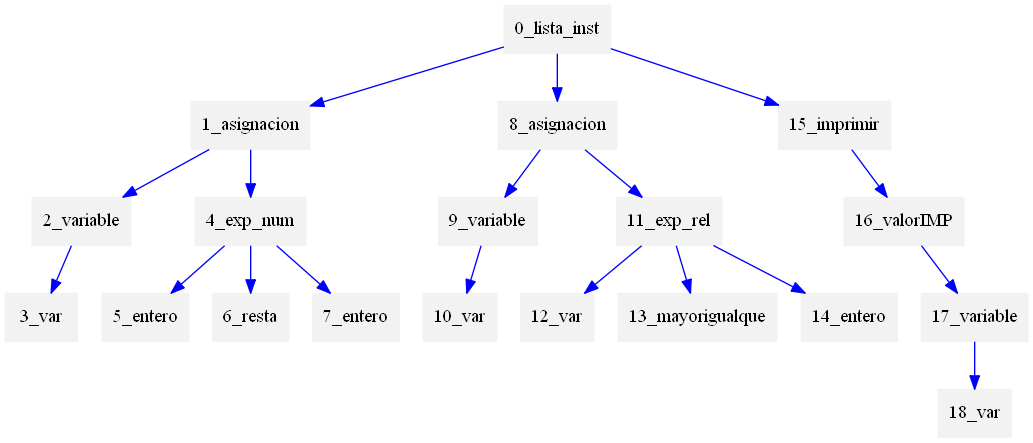
Gary-Joan/Proyecto1_Compi2 keeps this Graphviz diagram as AST_asc.dot.png. Above is the earlier version. Its source is kept beside it as ASt_asc.dot. The source it was exported from:
```dot
digraph G {node[shape=box, style=filled, color=Gray95]; edge[color=blue];rankdir=UD


"0_lista_inst"->"1_asignacion"
"1_asignacion"->"2_variable"
"2_variable"->"3_var"


"1_asignacion"->"4_exp_num"
"4_exp_num"->"5_entero"

"4_exp_num"->"6_resta"

"4_exp_num"->"7_entero"



"0_lista_inst"->"8_asignacion"
"8_asignacion"->"9_variable"
"9_variable"->"10_var"


"8_asignacion"->"11_exp_rel"
"11_exp_rel"->"12_var"

"11_exp_rel"->"13_mayorigualque"

"11_exp_rel"->"14_entero"



"0_lista_inst"->"15_imprimir"
"15_imprimir"->"16_valorIMP"
"16_valorIMP"->"17_variable"
"17_variable"->"18_var"





}
```
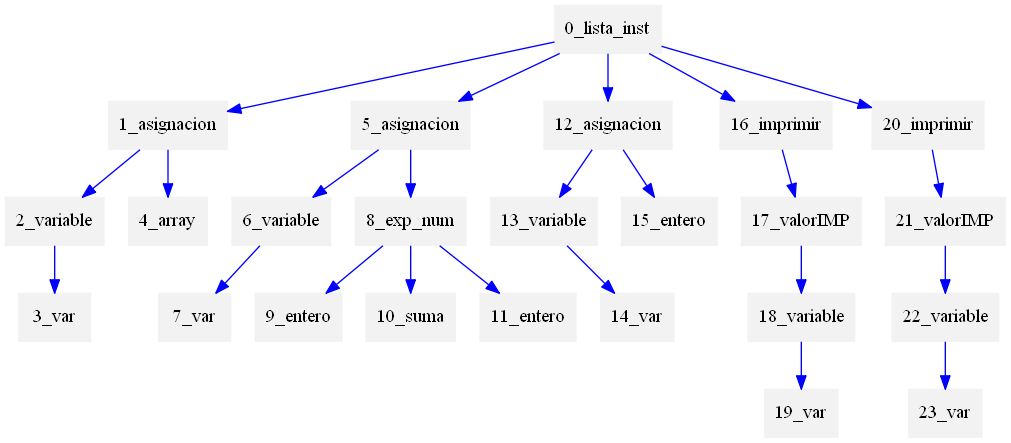
Later version of the same file.

Diff of the diagram source:
```diff
@@ -6,33 +6,43 @@
 "2_variable"->"3_var"
 
 
-"1_asignacion"->"4_exp_num"
-"4_exp_num"->"5_entero"
+"1_asignacion"->"4_array"
 
-"4_exp_num"->"6_resta"
 
-"4_exp_num"->"7_entero"
+"0_lista_inst"->"5_asignacion"
+"5_asignacion"->"6_variable"
+"6_variable"->"7_var"
+
+
+"5_asignacion"->"8_exp_num"
+"8_exp_num"->"9_entero"
+
+"8_exp_num"->"10_suma"
+
+"8_exp_num"->"11_entero"
 
 
 
-"0_lista_inst"->"8_asignacion"
-"8_asignacion"->"9_variable"
-"9_variable"->"10_var"
+"0_lista_inst"->"12_asignacion"
+"12_asignacion"->"13_variable"
+"13_variable"->"14_var"
 
 
-"8_asignacion"->"11_exp_rel"
-"11_exp_rel"->"12_var"
+"12_asignacion"->"15_entero"
 
-"11_exp_rel"->"13_mayorigualque"
 
-"11_exp_rel"->"14_entero"
+"0_lista_inst"->"16_imprimir"
+"16_imprimir"->"17_valorIMP"
+"17_valorIMP"->"18_variable"
+"18_variable"->"19_var"
 
 
 
-"0_lista_inst"->"15_imprimir"
-"15_imprimir"->"16_valorIMP"
-"16_valorIMP"->"17_variable"
-"17_variable"->"18_var"
+
+"0_lista_inst"->"20_imprimir"
+"20_imprimir"->"21_valorIMP"
+"21_valorIMP"->"22_variable"
+"22_variable"->"23_var"
 
 
 
```
